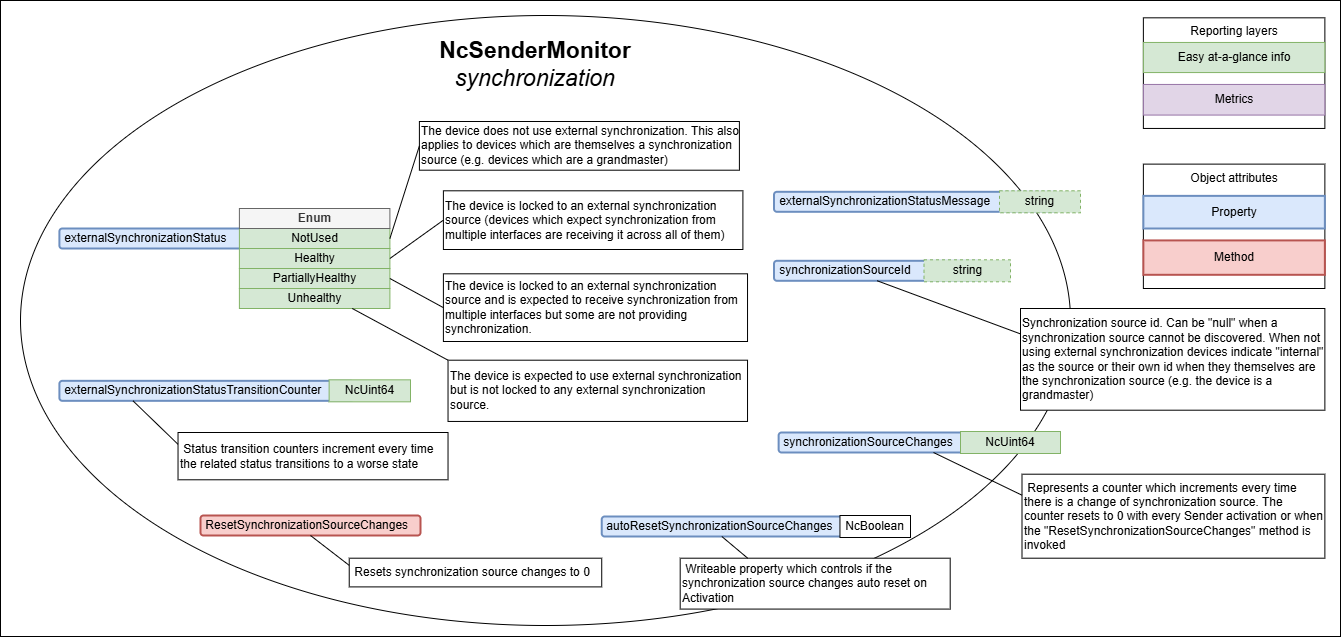
Above: docs/images/sender-model-synchronization.png in AMWA-TV/bcp-008-02 (draw.io), before the change. Source tidied: cells renumbered, new cells last; positions are measured from the earlier drawing's top-left corner, leaving out a move shared by most shapes.
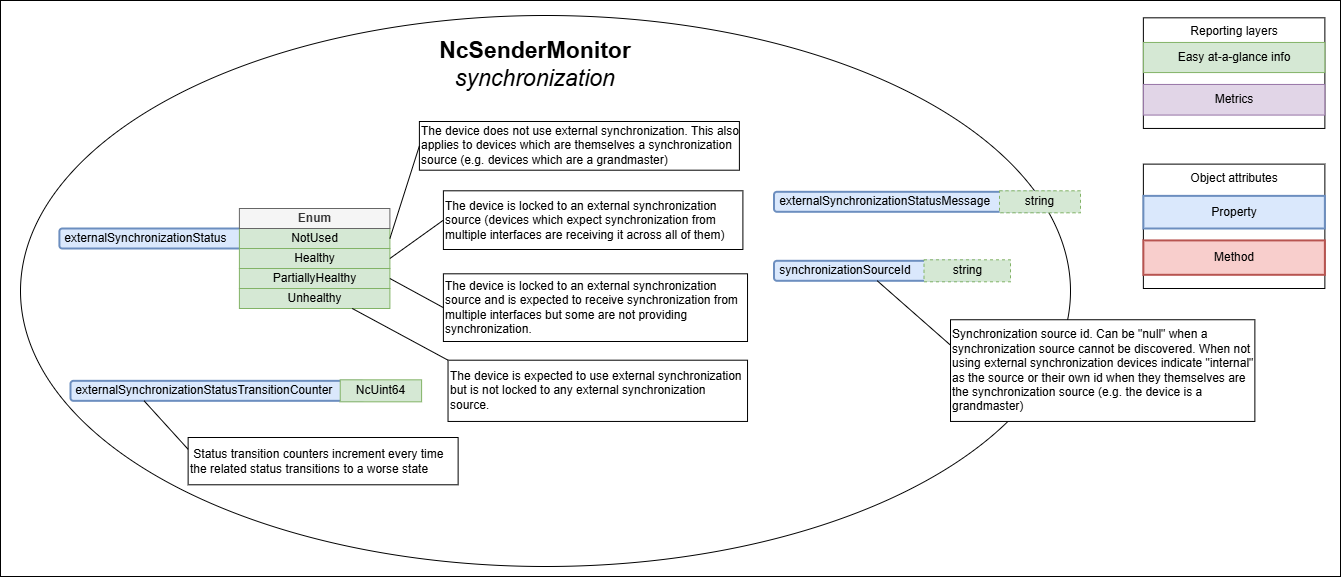
Above is the later version.

The edit, as a diff of the source:
```diff
@@ -3,10 +3,10 @@
     <mxCell id="0" />
     <mxCell id="1" parent="0" />
     <mxCell id="2" style="rounded=0;whiteSpace=wrap;html=1;" parent="1" vertex="1">
-      <mxGeometry width="1340" height="636" as="geometry" />
+      <mxGeometry width="1340" height="576" as="geometry" />
     </mxCell>
     <mxCell id="3" style="ellipse;whiteSpace=wrap;html=1;" parent="1" vertex="1">
-      <mxGeometry x="20" y="15" width="1050" height="610" as="geometry" />
+      <mxGeometry x="20" y="15" width="1050" height="551" as="geometry" />
     </mxCell>
     <mxCell id="4" value="Reporting layers" style="rounded=0;whiteSpace=wrap;html=1;horizontal=1;verticalAlign=top;" parent="1" vertex="1">
       <mxGeometry x="1142.9" y="17.3" width="181.5" height="110.6" as="geometry" />
@@ -54,7 +54,7 @@
       <mxGeometry x="238.9" y="248" width="150.5" height="20" as="geometry" />
     </mxCell>
     <mxCell id="19" value="Synchronization source id. Can be &quot;null&quot; when a synchronization source cannot be discovered. When not using external synchronization devices indicate &quot;internal&quot; as the source or their own id when they themselves are the synchronization source (e.g. the device is a grandmaster)" style="text;html=1;strokeColor=default;fillColor=default;align=left;verticalAlign=middle;whiteSpace=wrap;rounded=0;" parent="1" vertex="1">
-      <mxGeometry x="1020" y="308" width="304.4" height="101.7" as="geometry" />
+      <mxGeometry x="950" y="319.2" width="304.4" height="101.7" as="geometry" />
     </mxCell>
     <mxCell id="20" style="endArrow=none;html=1;rounded=0;entryX=0;entryY=0.25;entryDx=0;entryDy=0;exitX=0.5;exitY=1;exitDx=0;exitDy=0;" parent="1" edge="1" source="15" target="19">
       <mxGeometry relative="1" as="geometry" />
@@ -89,47 +89,29 @@
     <mxCell id="30" style="endArrow=none;html=1;rounded=0;entryX=0;entryY=0.5;entryDx=0;entryDy=0;exitX=1;exitY=0.5;exitDx=0;exitDy=0;" parent="1" edge="1" source="18" target="17">
       <mxGeometry relative="1" as="geometry" />
     </mxCell>
-    <mxCell id="31" value="&amp;nbsp;synchronizationSourceChanges" style="rounded=1;whiteSpace=wrap;html=1;align=left;fillColor=#dae8fc;strokeColor=#6c8ebf;strokeWidth=2;" parent="1" vertex="1">
-      <mxGeometry x="778.1" y="432" width="206.5" height="20" as="geometry" />
-    </mxCell>
-    <mxCell id="32" value="NcUint64" style="rounded=0;whiteSpace=wrap;html=1;fillColor=#d5e8d4;strokeColor=#82b366;" parent="1" vertex="1">
-      <mxGeometry x="960" y="431" width="100" height="22" as="geometry" />
-    </mxCell>
-    <mxCell id="33" value="&amp;nbsp;Represents a counter which increments every time there is a change of synchronization source. The counter resets to 0 with every Sender activation or when the &quot;ResetSynchronizationSourceChanges&quot; method is invoked" style="text;html=1;strokeColor=default;fillColor=default;align=left;verticalAlign=middle;whiteSpace=wrap;rounded=0;" parent="1" vertex="1">
-      <mxGeometry x="1021.5" y="473.7" width="302.9" height="84" as="geometry" />
-    </mxCell>
-    <mxCell id="34" style="endArrow=none;html=1;rounded=0;entryX=0;entryY=0.25;entryDx=0;entryDy=0;exitX=0.75;exitY=1;exitDx=0;exitDy=0;" parent="1" edge="1" source="31" target="33">
-      <mxGeometry relative="1" as="geometry" />
+    <mxCell id="34" style="endArrow=none;html=1;rounded=0;entryX=0;entryY=0.25;entryDx=0;entryDy=0;exitX=0.75;exitY=1;exitDx=0;exitDy=0;" parent="1" edge="1" target="x">
+      <mxGeometry relative="1" as="geometry">
+        <mxPoint x="933" y="452" as="sourcePoint" />
+      </mxGeometry>
     </mxCell>
-    <mxCell id="35" value="&amp;nbsp;autoResetSynchronizationSourceChanges" style="rounded=1;whiteSpace=wrap;html=1;align=left;fillColor=#dae8fc;strokeColor=#6c8ebf;strokeWidth=2;" parent="1" vertex="1">
-      <mxGeometry x="601.2" y="516" width="240.2" height="20" as="geometry" />
-    </mxCell>
-    <mxCell id="36" value="NcBoolean" style="rounded=0;whiteSpace=wrap;html=1;" parent="1" vertex="1">
-      <mxGeometry x="839.5" y="515" width="70.5" height="22" as="geometry" />
-    </mxCell>
-    <mxCell id="37" value="&amp;nbsp;Writeable property which controls if the synchronization source changes auto reset on Activation" style="text;html=1;strokeColor=default;fillColor=default;align=left;verticalAlign=middle;whiteSpace=wrap;rounded=0;" parent="1" vertex="1">
-      <mxGeometry x="679.7" y="557.7" width="270" height="50.9" as="geometry" />
-    </mxCell>
-    <mxCell id="38" style="endArrow=none;html=1;rounded=0;entryX=0.25;entryY=0;entryDx=0;entryDy=0;exitX=0.5;exitY=1;exitDx=0;exitDy=0;" parent="1" edge="1" source="35" target="37">
-      <mxGeometry relative="1" as="geometry" />
+    <mxCell id="38" style="endArrow=none;html=1;rounded=0;entryX=0.25;entryY=0;entryDx=0;entryDy=0;exitX=0.5;exitY=1;exitDx=0;exitDy=0;" parent="1" edge="1" target="x">
+      <mxGeometry relative="1" as="geometry">
+        <mxPoint x="721.3" y="536" as="sourcePoint" />
+      </mxGeometry>
     </mxCell>
-    <mxCell id="39" value="&amp;nbsp;ResetSynchronizationSourceChanges" style="rounded=1;whiteSpace=wrap;html=1;align=left;fillColor=#f8cecc;strokeColor=#b85450;strokeWidth=2;" parent="1" vertex="1">
-      <mxGeometry x="200" y="515" width="220" height="20" as="geometry" />
-    </mxCell>
-    <mxCell id="40" value="&amp;nbsp;Resets synchronization source changes to 0" style="text;html=1;strokeColor=default;fillColor=default;align=left;verticalAlign=middle;whiteSpace=wrap;rounded=0;" parent="1" vertex="1">
-      <mxGeometry x="348.7" y="557.7" width="252.5" height="28.7" as="geometry" />
-    </mxCell>
-    <mxCell id="41" style="endArrow=none;html=1;rounded=0;entryX=0;entryY=0.25;entryDx=0;entryDy=0;exitX=0.5;exitY=1;exitDx=0;exitDy=0;" parent="1" edge="1" source="39" target="40">
-      <mxGeometry relative="1" as="geometry" />
+    <mxCell id="41" style="endArrow=none;html=1;rounded=0;entryX=0;entryY=0.25;entryDx=0;entryDy=0;exitX=0.5;exitY=1;exitDx=0;exitDy=0;" parent="1" edge="1" target="x">
+      <mxGeometry relative="1" as="geometry">
+        <mxPoint x="310" y="535" as="sourcePoint" />
+      </mxGeometry>
     </mxCell>
     <mxCell id="42" value="&amp;nbsp;externalSynchronizationStatusTransitionCounter" style="rounded=1;whiteSpace=wrap;html=1;align=left;fillColor=#dae8fc;strokeColor=#6c8ebf;strokeWidth=2;" parent="1" vertex="1">
-      <mxGeometry x="58.9" y="380.3" width="294.4" height="20" as="geometry" />
+      <mxGeometry x="70" y="380.3" width="294.4" height="20" as="geometry" />
     </mxCell>
     <mxCell id="43" value="NcUint64" style="rounded=0;whiteSpace=wrap;html=1;fillColor=#d5e8d4;strokeColor=#82b366;" parent="1" vertex="1">
-      <mxGeometry x="328.6" y="379.3" width="81.4" height="22" as="geometry" />
+      <mxGeometry x="339.7" y="379.3" width="81.4" height="22" as="geometry" />
     </mxCell>
     <mxCell id="44" value="&amp;nbsp;Status transition counters increment every time the related status transitions to a worse state" style="text;html=1;strokeColor=default;fillColor=default;align=left;verticalAlign=middle;whiteSpace=wrap;rounded=0;" parent="1" vertex="1">
-      <mxGeometry x="177.5" y="432" width="270" height="47.3" as="geometry" />
+      <mxGeometry x="187.6" y="437" width="270" height="47.3" as="geometry" />
     </mxCell>
     <mxCell id="45" style="endArrow=none;html=1;rounded=0;entryX=0;entryY=0.25;entryDx=0;entryDy=0;exitX=0.25;exitY=1;exitDx=0;exitDy=0;" parent="1" edge="1" source="42" target="44">
       <mxGeometry relative="1" as="geometry" />
```
